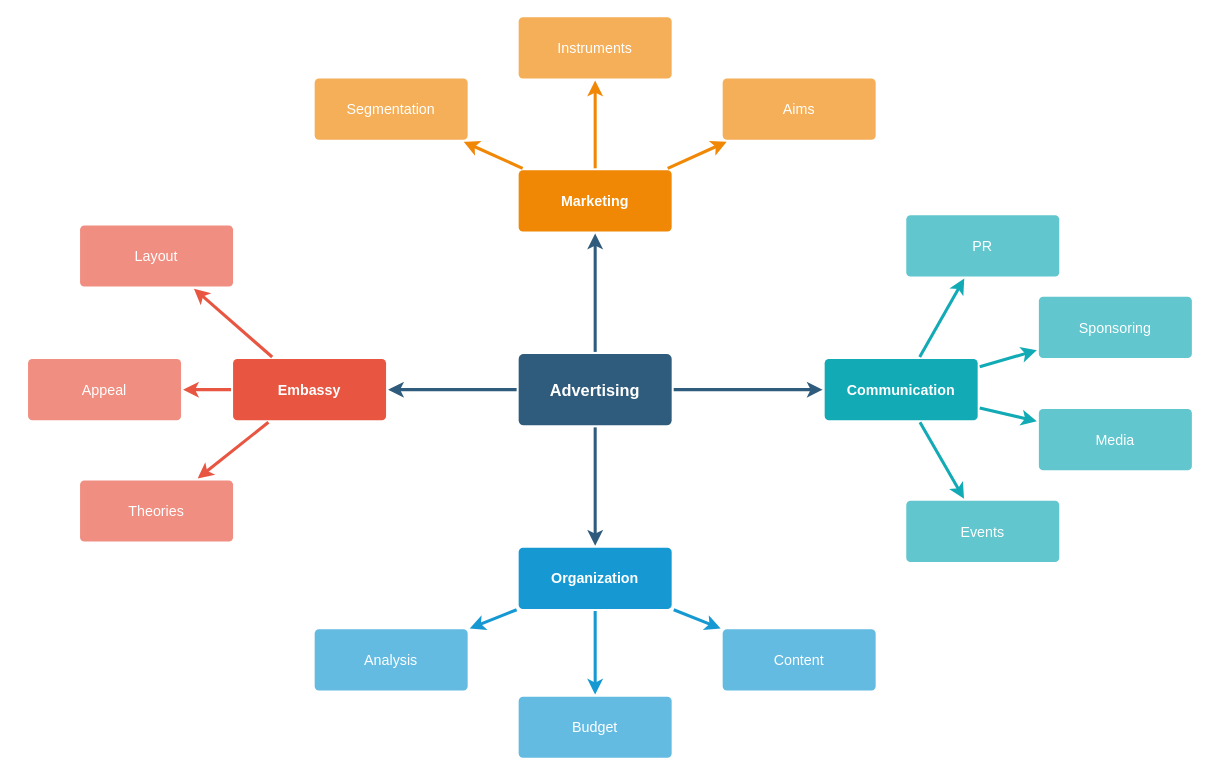
The draw.io diagram cocoon_v1.0.1_top_lvl.drawio in miranda-zhang/draw.io, before the edit. Source tidied: cells renumbered, new cells numbered last; positions are measured from the earlier drawing's top-left corner, leaving out a move shared by most shapes. Both pictures are drawn from the tidied source at 102%, with x=0, y=0 at pixel (28, 16).
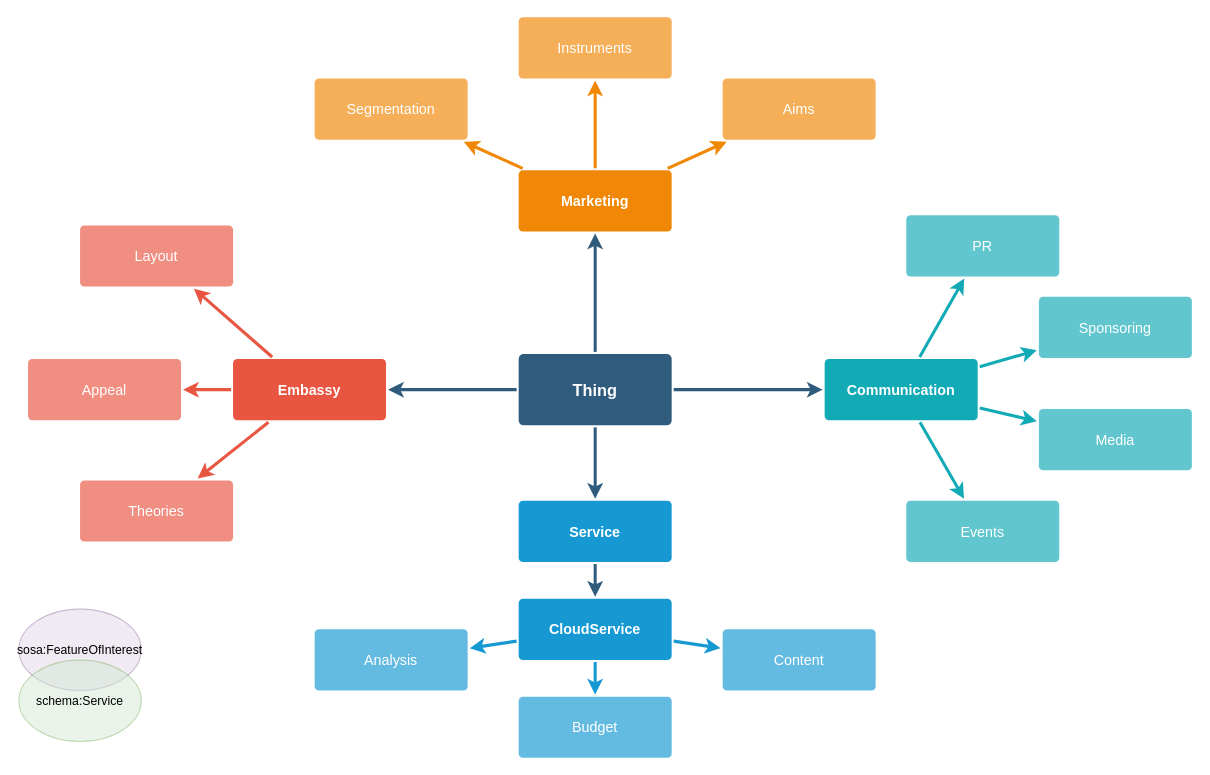
The same page after the edit.

Diff of the diagram source:
```diff
@@
-    <mxCell id="4" style="edgeStyle=none;rounded=0;jumpStyle=none;html=1;shadow=0;labelBackgroundColor=none;startArrow=none;startFill=0;endArrow=classic;endFill=1;jettySize=auto;strokeColor=#2F5B7C;strokeWidth=3;fontFamily=Helvetica;fontSize=16;fontColor=#23445D;spacing=5;" parent="1" edge="1" source="6" target="17">
+    <mxCell id="4" style="edgeStyle=none;rounded=0;jumpStyle=none;html=1;shadow=0;labelBackgroundColor=none;startArrow=none;startFill=0;endArrow=classic;endFill=1;jettySize=auto;strokeColor=#2F5B7C;strokeWidth=3;fontFamily=Helvetica;fontSize=16;fontColor=#23445D;spacing=5;" parent="1" edge="1" source="38" target="17">
       <mxGeometry relative="1" as="geometry" />
     </mxCell>
@@
+    <mxCell id="37" style="edgeStyle=orthogonalEdgeStyle;rounded=0;jettySize=auto;html=1;strokeWidth=3;strokeColor=#2F5B7C;" parent="1" edge="1" source="6" target="38">
+      <mxGeometry relative="1" as="geometry" />
+    </mxCell>
-    <mxCell id="6" value="Advertising" style="rounded=1;whiteSpace=wrap;html=1;shadow=0;labelBackgroundColor=none;strokeColor=none;strokeWidth=3;fillColor=#2F5B7C;fontFamily=Helvetica;fontSize=16;fontColor=#FFFFFF;align=center;fontStyle=1;spacing=5;arcSize=7;perimeterSpacing=2;" parent="1" vertex="1">
+    <mxCell id="6" value="Thing" style="rounded=1;whiteSpace=wrap;html=1;shadow=0;labelBackgroundColor=none;strokeColor=none;strokeWidth=3;fillColor=#2F5B7C;fontFamily=Helvetica;fontSize=16;fontColor=#FFFFFF;align=center;fontStyle=1;spacing=5;arcSize=7;perimeterSpacing=2;" parent="1" vertex="1">
       <mxGeometry x="481" y="330.5" width="150" height="70" as="geometry" />
     </mxCell>
@@
-    <mxCell id="17" value="Organization" style="rounded=1;whiteSpace=wrap;html=1;shadow=0;labelBackgroundColor=none;strokeColor=none;strokeWidth=3;fillColor=#1699d3;fontFamily=Helvetica;fontSize=14;fontColor=#FFFFFF;align=center;spacing=5;fontStyle=1;arcSize=7;perimeterSpacing=2;" parent="1" vertex="1">
-      <mxGeometry x="481" y="520.5" width="150" height="60" as="geometry" />
+    <mxCell id="17" value="CloudService" style="rounded=1;whiteSpace=wrap;html=1;shadow=0;labelBackgroundColor=none;strokeColor=none;strokeWidth=3;fillColor=#1699d3;fontFamily=Helvetica;fontSize=14;fontColor=#FFFFFF;align=center;spacing=5;fontStyle=1;arcSize=7;perimeterSpacing=2;comic=0;glass=0;" parent="1" vertex="1">
+      <mxGeometry x="481" y="570.5" width="150" height="60" as="geometry" />
     </mxCell>
@@
+    <mxCell id="38" value="Service" style="rounded=1;whiteSpace=wrap;html=1;shadow=0;labelBackgroundColor=none;strokeColor=none;strokeWidth=3;fillColor=#1699d3;fontFamily=Helvetica;fontSize=14;fontColor=#FFFFFF;align=center;spacing=5;fontStyle=1;arcSize=7;perimeterSpacing=2;comic=0;glass=0;" parent="1" vertex="1">
+      <mxGeometry x="481" y="474.5" width="150" height="60" as="geometry" />
+    </mxCell>
+    <mxCell id="39" value="sosa:FeatureOfInterest" style="ellipse;whiteSpace=wrap;html=1;shadow=0;glass=0;comic=0;fillColor=#e1d5e7;strokeColor=#9673a6;opacity=50;" parent="1" vertex="1">
+      <mxGeometry x="-9" y="580.5" width="120" height="80" as="geometry" />
+    </mxCell>
+    <mxCell id="40" value="schema:Service" style="ellipse;whiteSpace=wrap;html=1;shadow=0;glass=0;comic=0;fillColor=#d5e8d4;strokeColor=#82b366;opacity=50;" parent="1" vertex="1">
+      <mxGeometry x="-9" y="630.5" width="120" height="80" as="geometry" />
+    </mxCell>
```
